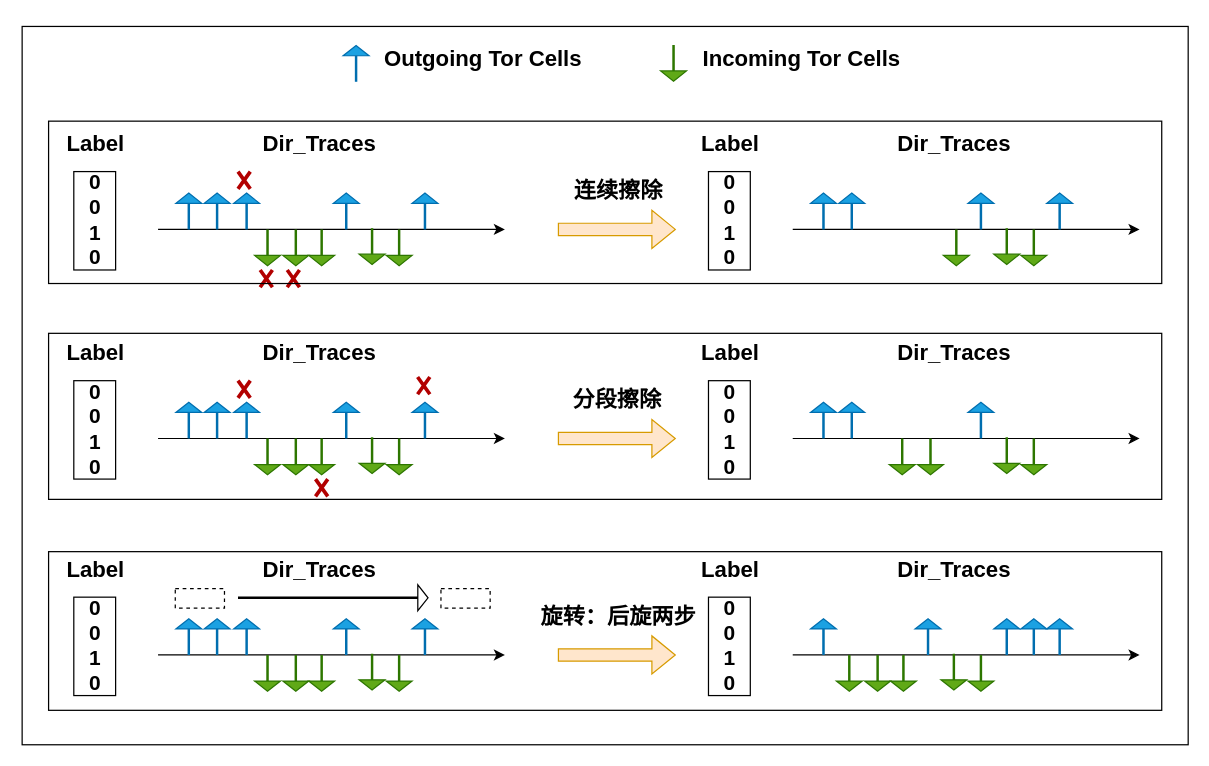
The draw.io diagram 空间数据增强.drawio in lilang0710/ll, before the edit. Source tidied: cells renumbered, new cells numbered last; positions are measured from the earlier drawing's top-left corner, leaving out a move shared by most shapes. Both pictures are drawn from the tidied source at 123%, with x=0, y=0 at pixel (21, 26).
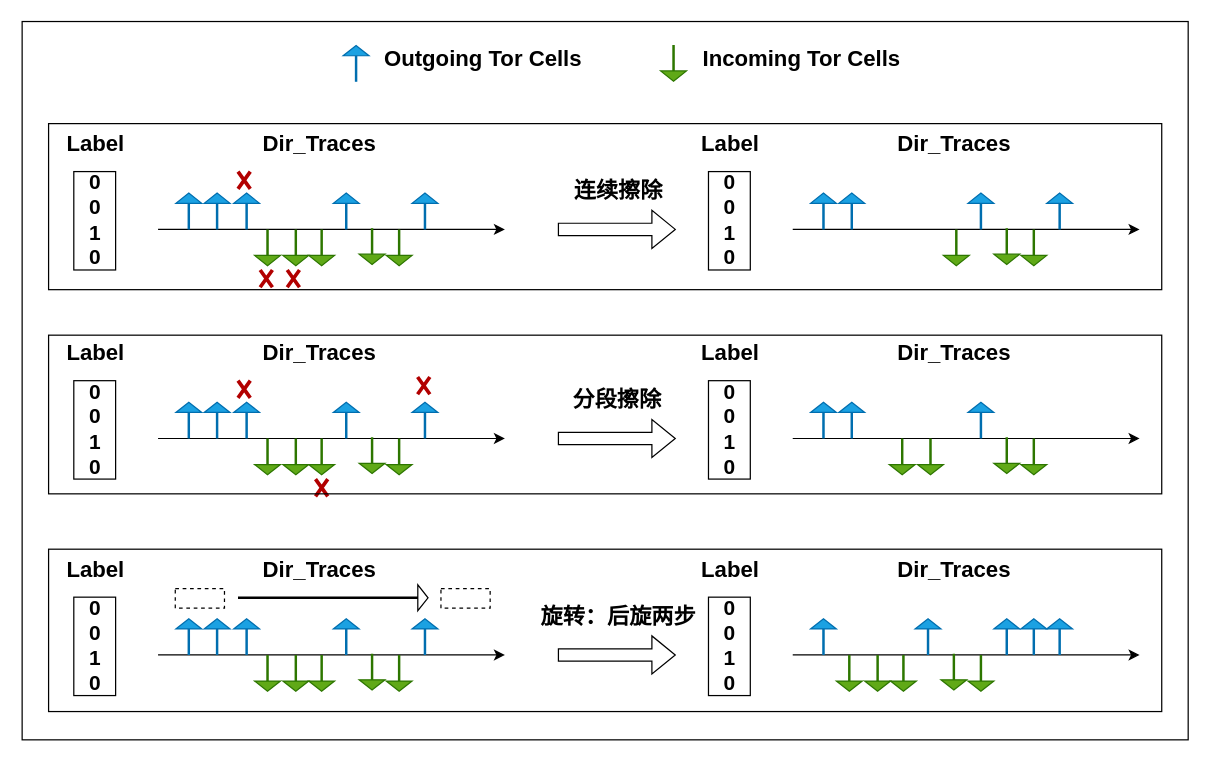
The same diagram, later.

Commit message:
更新空间数据增强.drawio

The edit, as a diff of the source:
```diff
@@
-    <mxCell id="3" style="shape=flexArrow;endArrow=classic;html=1;rounded=0;fillColor=#ffe6cc;strokeColor=#d79b00;" parent="1" edge="1">
+    <mxCell id="3" style="shape=flexArrow;endArrow=classic;html=1;rounded=0;" parent="1" edge="1">
       <mxGeometry relative="1" as="geometry">
         <mxPoint x="436" y="335" as="sourcePoint" />
         <mxPoint x="532" y="335" as="targetPoint" />
       </mxGeometry>
     </mxCell>
@@
-    <mxCell id="33" style="shape=flexArrow;endArrow=classic;html=1;rounded=0;fillColor=#ffe6cc;strokeColor=#d79b00;" parent="1" edge="1">
+    <mxCell id="33" style="shape=flexArrow;endArrow=classic;html=1;rounded=0;" parent="1" edge="1">
       <mxGeometry relative="1" as="geometry">
         <mxPoint x="436" y="165" as="sourcePoint" />
         <mxPoint x="532" y="165" as="targetPoint" />
       </mxGeometry>
     </mxCell>
@@
-    <mxCell id="62" style="shape=flexArrow;endArrow=classic;html=1;rounded=0;fillColor=#ffe6cc;strokeColor=#d79b00;" parent="1" edge="1">
+    <mxCell id="62" style="shape=flexArrow;endArrow=classic;html=1;rounded=0;" parent="1" edge="1">
       <mxGeometry relative="1" as="geometry">
         <mxPoint x="436" y="511" as="sourcePoint" />
         <mxPoint x="532" y="511" as="targetPoint" />
       </mxGeometry>
     </mxCell>
@@
     <mxCell id="95" style="rounded=0;whiteSpace=wrap;html=1;fillColor=none;" parent="1" vertex="1">
-      <mxGeometry x="22" y="249.5" width="905" height="135" as="geometry" />
+      <mxGeometry x="22" y="79" width="905" height="135" as="geometry" />
     </mxCell>
     <mxCell id="96" style="rounded=0;whiteSpace=wrap;html=1;fillColor=none;" parent="1" vertex="1">
-      <mxGeometry x="0.5" width="948" height="584" as="geometry" />
+      <mxGeometry x="0.5" y="-4" width="948" height="584" as="geometry" />
     </mxCell>
@@
     <mxCell id="101" style="rounded=0;whiteSpace=wrap;html=1;fillColor=none;" parent="1" vertex="1">
-      <mxGeometry x="22" y="77" width="905" height="132" as="geometry" />
+      <mxGeometry x="22" y="425" width="905" height="132" as="geometry" />
     </mxCell>
     <mxCell id="102" style="rounded=0;whiteSpace=wrap;html=1;fillColor=none;" parent="1" vertex="1">
-      <mxGeometry x="22" y="427" width="905" height="129" as="geometry" />
+      <mxGeometry x="22" y="251" width="905" height="129" as="geometry" />
     </mxCell>
```
